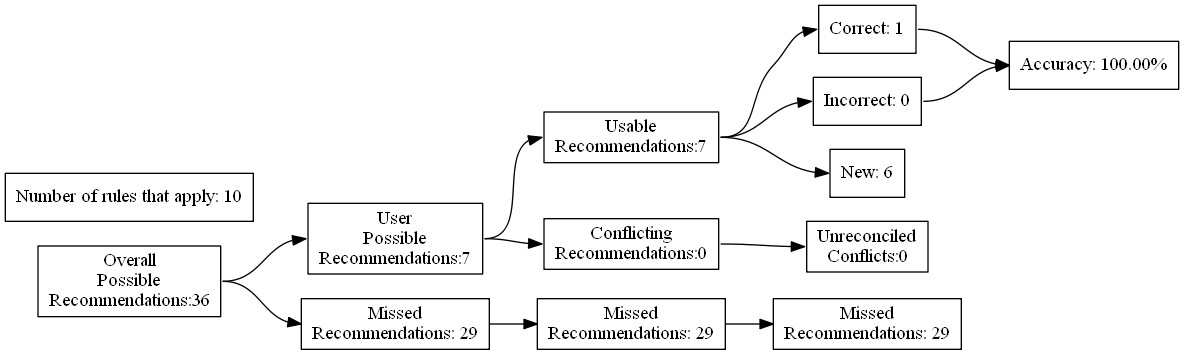
Above: test_renders/72.gv.png in ZaxR/ibd_diet_analysis (Graphviz), before the change. Its source is kept beside it as test_renders/72.gv.
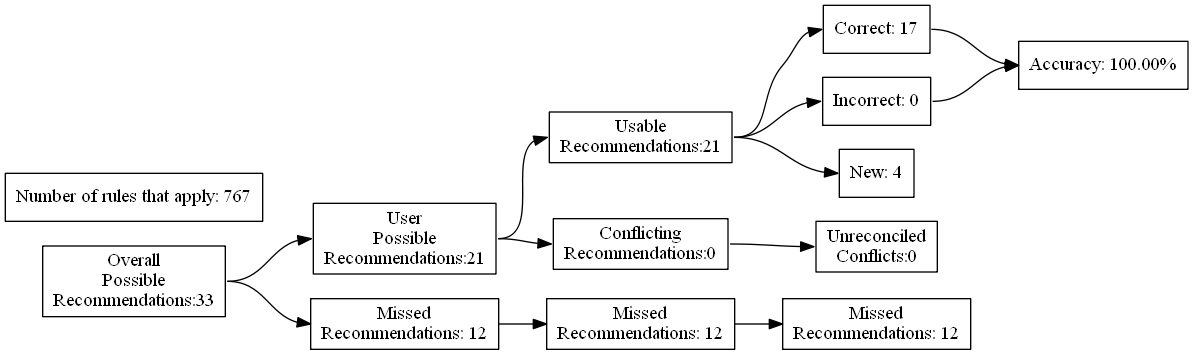
The same file after the commit.

Diff of the diagram source:
```diff
@@ -4,27 +4,27 @@
 	edge [headport=w tailport=e]
 		A [label="Overall
 Possible
-Recommendations:36"]
+Recommendations:33"]
 		B [label="User
 Possible
-Recommendations:7"]
+Recommendations:21"]
 		C [label="Missed
-Recommendations: 29"]
+Recommendations: 12"]
 		D [label="Usable
-Recommendations:7"]
+Recommendations:21"]
 		E [label="Conflicting
 Recommendations:0"]
 		J [label="Missed
-Recommendations: 29"]
+Recommendations: 12"]
 		M [label="Unreconciled
 Conflicts:0"]
-		F [label="Correct: 1"]
+		F [label="Correct: 17"]
 		G [label="Incorrect: 0"]
-		H [label="New: 6"]
+		H [label="New: 4"]
 		K [label="Missed
-Recommendations: 29"]
+Recommendations: 12"]
 		I [label="Accuracy: 100.00%"]
-		l [label="Number of rules that apply: 10"]
+		l [label="Number of rules that apply: 767"]
 			A -> B
 			A -> C
 			B -> D
```
